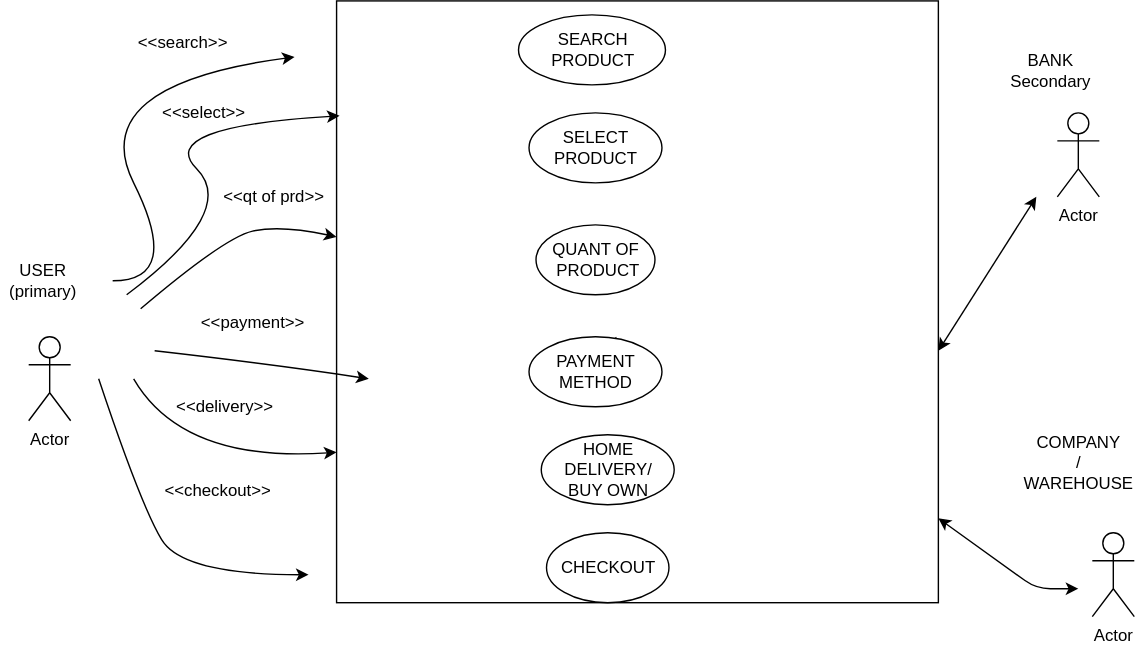
The draw.io diagram USECASE.svg in AffanButt/Web-Server-In-Js, before a commit. Source tidied: cells renumbered, new cells last; positions are measured from the earlier drawing's top-left corner, leaving out a move shared by most shapes.
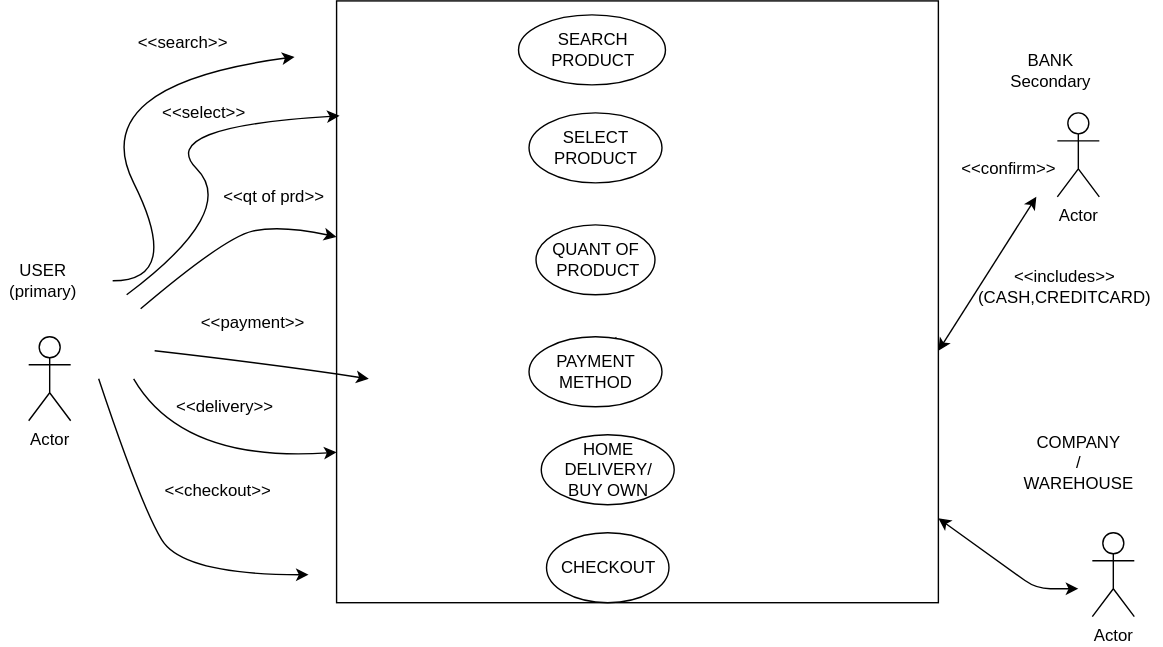
After the commit.

The edit, as a diff of the source:
```diff
@@ -133,5 +133,11 @@
     <mxCell id="29" value="Actor" style="shape=umlActor;verticalLabelPosition=bottom;verticalAlign=top;html=1;" parent="1" vertex="1">
       <mxGeometry x="780" y="380" width="30" height="60" as="geometry" />
     </mxCell>
+    <mxCell id="30" value="&amp;lt;&amp;lt;includes&amp;gt;&amp;gt;&lt;br&gt;(CASH,CREDITCARD)" style="text;html=1;align=center;verticalAlign=middle;" parent="1" vertex="1">
+      <mxGeometry x="690" y="189" width="140" height="30" as="geometry" />
+    </mxCell>
+    <mxCell id="31" value="&amp;lt;&amp;lt;confirm&amp;gt;&amp;gt;" style="text;html=1;align=center;verticalAlign=middle;" parent="1" vertex="1">
+      <mxGeometry x="680" y="110" width="80" height="20" as="geometry" />
+    </mxCell>
   </root>
 </mxGraphModel>
```
